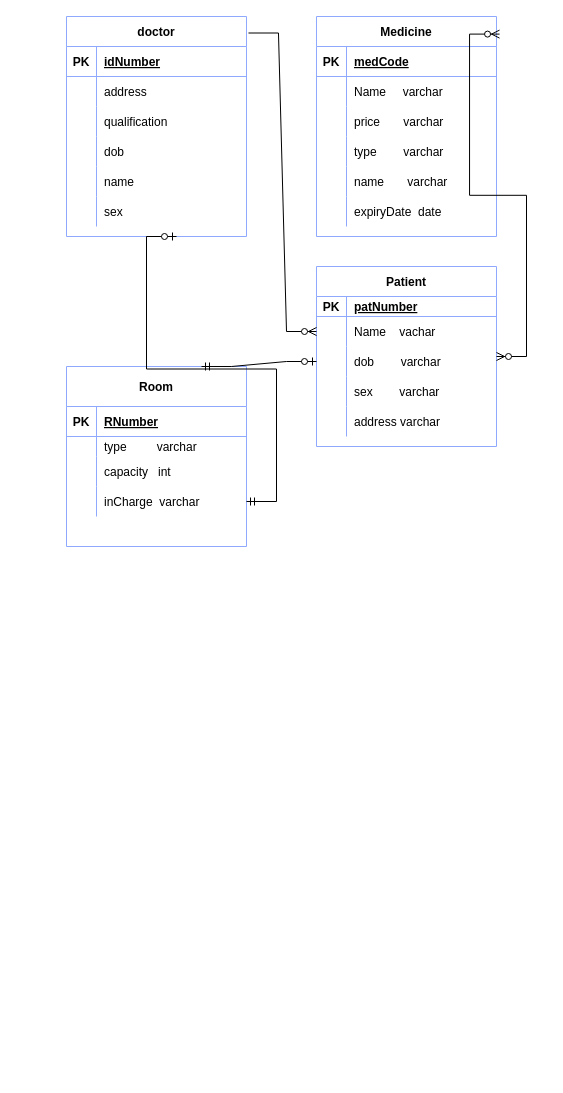
This is Untitled Diagram.drawio from valentindush/ERD_Diagrams_mysql, a draw.io file, before an edit. Source tidied: cells renumbered, new cells numbered last; positions are measured from the earlier drawing's top-left corner, leaving out a move shared by most shapes. Both pictures are drawn from the tidied source at 100%, with x=0, y=0 at pixel (66, 16).
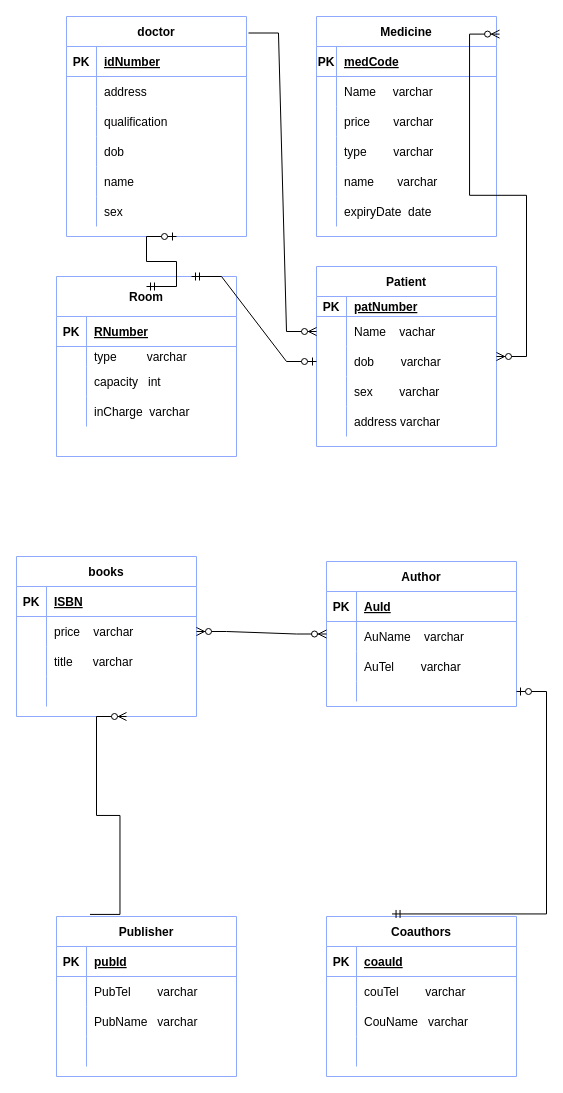
The same diagram, later.

The change refers to these unchanged cells:
```xml
<mxCell id="22" style="shape=tableRow;horizontal=0;startSize=0;swimlaneHead=0;swimlaneBody=0;fillColor=none;top=0;left=0;right=0;bottom=1;strokeColor=#8FA9FF;" parent="21" vertex="1">
  <mxGeometry y="30" width="180" height="30" as="geometry" />
</mxCell>
<mxCell id="25" style="shape=tableRow;horizontal=0;startSize=0;swimlaneHead=0;swimlaneBody=0;fillColor=none;top=0;left=0;right=0;bottom=0;strokeColor=#8FA9FF;" parent="21" vertex="1">
  <mxGeometry y="60" width="180" height="30" as="geometry" />
</mxCell>
<mxCell id="28" style="shape=tableRow;horizontal=0;startSize=0;swimlaneHead=0;swimlaneBody=0;fillColor=none;top=0;left=0;right=0;bottom=0;strokeColor=#8FA9FF;" parent="21" vertex="1">
  <mxGeometry y="90" width="180" height="30" as="geometry" />
</mxCell>
<mxCell id="31" style="shape=tableRow;horizontal=0;startSize=0;swimlaneHead=0;swimlaneBody=0;fillColor=none;top=0;left=0;right=0;bottom=0;strokeColor=#8FA9FF;" parent="21" vertex="1">
  <mxGeometry y="120" width="180" height="30" as="geometry" />
</mxCell>
<mxCell id="34" style="shape=tableRow;horizontal=0;startSize=0;swimlaneHead=0;swimlaneBody=0;fillColor=none;top=0;left=0;right=0;bottom=0;strokeColor=#8FA9FF;" parent="21" vertex="1">
  <mxGeometry y="150" width="180" height="30" as="geometry" />
</mxCell>
<mxCell id="37" style="shape=tableRow;horizontal=0;startSize=0;swimlaneHead=0;swimlaneBody=0;fillColor=none;top=0;left=0;right=0;bottom=0;strokeColor=#8FA9FF;" parent="21" vertex="1">
  <mxGeometry y="180" width="180" height="30" as="geometry" />
</mxCell>
<mxCell id="66" style="shape=tableRow;horizontal=0;startSize=0;swimlaneHead=0;swimlaneBody=0;fillColor=none;points=[[0,0.5],[1,0.5]];portConstraint=eastwest;top=0;left=0;right=0;bottom=0;strokeColor=#8FA9FF;" parent="56" vertex="1">
  <mxGeometry y="120" width="180" height="30" as="geometry" />
</mxCell>
```

Diff of the diagram source:
```diff
@@
     <mxCell id="23" value="PK" style="shape=partialRectangle;fillColor=none;top=0;left=0;bottom=0;right=0;fontStyle=1;overflow=hidden;strokeColor=#8FA9FF;" parent="22" vertex="1">
-      <mxGeometry width="30" height="30" as="geometry" />
+      <mxGeometry width="20" height="30" as="geometry" />
     </mxCell>
     <mxCell id="24" value="medCode" style="shape=partialRectangle;fillColor=none;top=0;left=0;bottom=0;right=0;align=left;spacingLeft=6;fontStyle=5;overflow=hidden;strokeColor=#8FA9FF;" parent="22" vertex="1">
-      <mxGeometry x="30" width="150" height="30" as="geometry" />
+      <mxGeometry x="20" width="160" height="30" as="geometry" />
     </mxCell>
@@
     <mxCell id="26" style="shape=partialRectangle;fillColor=none;top=0;left=0;bottom=0;right=0;overflow=hidden;strokeColor=#8FA9FF;" parent="25" vertex="1">
-      <mxGeometry width="30" height="30" as="geometry" />
+      <mxGeometry width="20" height="30" as="geometry" />
     </mxCell>
     <mxCell id="27" value="Name     varchar" style="shape=partialRectangle;fillColor=none;top=0;left=0;bottom=0;right=0;align=left;spacingLeft=6;overflow=hidden;strokeColor=#8FA9FF;" parent="25" vertex="1">
-      <mxGeometry x="30" width="150" height="30" as="geometry" />
+      <mxGeometry x="20" width="160" height="30" as="geometry" />
     </mxCell>
@@
     <mxCell id="29" style="shape=partialRectangle;fillColor=none;top=0;left=0;bottom=0;right=0;overflow=hidden;strokeColor=#8FA9FF;" parent="28" vertex="1">
-      <mxGeometry width="30" height="30" as="geometry" />
+      <mxGeometry width="20" height="30" as="geometry" />
     </mxCell>
     <mxCell id="30" value="price       varchar" style="shape=partialRectangle;fillColor=none;top=0;left=0;bottom=0;right=0;align=left;spacingLeft=6;overflow=hidden;strokeColor=#8FA9FF;" parent="28" vertex="1">
-      <mxGeometry x="30" width="150" height="30" as="geometry" />
+      <mxGeometry x="20" width="160" height="30" as="geometry" />
     </mxCell>
@@
     <mxCell id="32" style="shape=partialRectangle;fillColor=none;top=0;left=0;bottom=0;right=0;overflow=hidden;strokeColor=#8FA9FF;" parent="31" vertex="1">
-      <mxGeometry width="30" height="30" as="geometry" />
+      <mxGeometry width="20" height="30" as="geometry" />
     </mxCell>
     <mxCell id="33" value="type        varchar" style="shape=partialRectangle;fillColor=none;top=0;left=0;bottom=0;right=0;align=left;spacingLeft=6;overflow=hidden;strokeColor=#8FA9FF;" parent="31" vertex="1">
-      <mxGeometry x="30" width="150" height="30" as="geometry" />
+      <mxGeometry x="20" width="160" height="30" as="geometry" />
     </mxCell>
@@
     <mxCell id="35" style="shape=partialRectangle;fillColor=none;top=0;left=0;bottom=0;right=0;overflow=hidden;strokeColor=#8FA9FF;" parent="34" vertex="1">
-      <mxGeometry width="30" height="30" as="geometry" />
+      <mxGeometry width="20" height="30" as="geometry" />
     </mxCell>
     <mxCell id="36" value="name       varchar" style="shape=partialRectangle;fillColor=none;top=0;left=0;bottom=0;right=0;align=left;spacingLeft=6;overflow=hidden;strokeColor=#8FA9FF;" parent="34" vertex="1">
-      <mxGeometry x="30" width="150" height="30" as="geometry" />
+      <mxGeometry x="20" width="160" height="30" as="geometry" />
     </mxCell>
@@
     <mxCell id="38" style="shape=partialRectangle;fillColor=none;top=0;left=0;bottom=0;right=0;overflow=hidden;strokeColor=#8FA9FF;" parent="37" vertex="1">
-      <mxGeometry width="30" height="30" as="geometry" />
+      <mxGeometry width="20" height="30" as="geometry" />
     </mxCell>
     <mxCell id="39" value="expiryDate  date" style="shape=partialRectangle;fillColor=none;top=0;left=0;bottom=0;right=0;align=left;spacingLeft=6;overflow=hidden;strokeColor=#8FA9FF;" parent="37" vertex="1">
-      <mxGeometry x="30" width="150" height="30" as="geometry" />
+      <mxGeometry x="20" width="160" height="30" as="geometry" />
     </mxCell>
@@
     <mxCell id="56" value="Room" style="shape=table;startSize=40;childLayout=tableLayout;rowLines=0;fontStyle=1;align=center;strokeColor=#8FA9FF;" parent="1" vertex="1">
-      <mxGeometry y="350" width="180" height="180" as="geometry" />
+      <mxGeometry x="-10" y="260" width="180" height="180" as="geometry" />
     </mxCell>
@@
-    <mxCell id="72" style="edgeStyle=entityRelationEdgeStyle;fontSize=12;html=1;endArrow=ERzeroToOne;startArrow=ERmandOne;rounded=0;" parent="1" edge="1" source="66">
+    <mxCell id="72" style="edgeStyle=entityRelationEdgeStyle;fontSize=12;html=1;endArrow=ERzeroToOne;startArrow=ERmandOne;rounded=0;" parent="1" edge="1">
       <mxGeometry relative="1" as="geometry">
+        <mxPoint x="80" y="270" as="sourcePoint" />
         <mxPoint x="110" y="220" as="targetPoint" />
       </mxGeometry>
     </mxCell>
+    <mxCell id="73" value="books" style="shape=table;startSize=30;childLayout=tableLayout;rowLines=0;fontStyle=1;align=center;strokeColor=#8FA9FF;" parent="1" vertex="1">
+      <mxGeometry x="-50" y="540" width="180" height="160" as="geometry" />
+    </mxCell>
+    <mxCell id="74" style="shape=tableRow;horizontal=0;startSize=0;swimlaneHead=0;swimlaneBody=0;fillColor=none;top=0;left=0;right=0;bottom=1;strokeColor=#8FA9FF;" parent="73" vertex="1">
+      <mxGeometry y="30" width="180" height="30" as="geometry" />
+    </mxCell>
+    <mxCell id="75" value="PK" style="shape=partialRectangle;fillColor=none;top=0;left=0;bottom=0;right=0;fontStyle=1;overflow=hidden;strokeColor=#8FA9FF;" parent="74" vertex="1">
+      <mxGeometry width="30" height="30" as="geometry" />
+    </mxCell>
+    <mxCell id="76" value="ISBN" style="shape=partialRectangle;fillColor=none;top=0;left=0;bottom=0;right=0;align=left;spacingLeft=6;fontStyle=5;overflow=hidden;strokeColor=#8FA9FF;" parent="74" vertex="1">
+      <mxGeometry x="30" width="150" height="30" as="geometry" />
+    </mxCell>
+    <mxCell id="77" style="shape=tableRow;horizontal=0;startSize=0;swimlaneHead=0;swimlaneBody=0;fillColor=none;points=[[0,0.5],[1,0.5]];portConstraint=eastwest;top=0;left=0;right=0;bottom=0;strokeColor=#8FA9FF;" parent="73" vertex="1">
+      <mxGeometry y="60" width="180" height="30" as="geometry" />
+    </mxCell>
+    <mxCell id="78" style="shape=partialRectangle;fillColor=none;top=0;left=0;bottom=0;right=0;overflow=hidden;strokeColor=#8FA9FF;" parent="77" vertex="1">
+      <mxGeometry width="30" height="30" as="geometry" />
+    </mxCell>
+    <mxCell id="79" value="price    varchar" style="shape=partialRectangle;fillColor=none;top=0;left=0;bottom=0;right=0;align=left;spacingLeft=6;overflow=hidden;strokeColor=#8FA9FF;" parent="77" vertex="1">
+      <mxGeometry x="30" width="150" height="30" as="geometry" />
+    </mxCell>
+    <mxCell id="80" style="shape=tableRow;horizontal=0;startSize=0;swimlaneHead=0;swimlaneBody=0;fillColor=none;top=0;left=0;right=0;bottom=0;strokeColor=#8FA9FF;" parent="73" vertex="1">
+      <mxGeometry y="90" width="180" height="30" as="geometry" />
+    </mxCell>
+    <mxCell id="81" style="shape=partialRectangle;fillColor=none;top=0;left=0;bottom=0;right=0;overflow=hidden;strokeColor=#8FA9FF;" parent="80" vertex="1">
+      <mxGeometry width="30" height="30" as="geometry" />
+    </mxCell>
+    <mxCell id="82" value="title      varchar" style="shape=partialRectangle;fillColor=none;top=0;left=0;bottom=0;right=0;align=left;spacingLeft=6;overflow=hidden;strokeColor=#8FA9FF;" parent="80" vertex="1">
+      <mxGeometry x="30" width="150" height="30" as="geometry" />
+    </mxCell>
+    <mxCell id="83" style="shape=tableRow;horizontal=0;startSize=0;swimlaneHead=0;swimlaneBody=0;fillColor=none;top=0;left=0;right=0;bottom=0;strokeColor=#8FA9FF;" parent="73" vertex="1">
+      <mxGeometry y="120" width="180" height="30" as="geometry" />
+    </mxCell>
+    <mxCell id="84" style="shape=partialRectangle;fillColor=none;top=0;left=0;bottom=0;right=0;overflow=hidden;strokeColor=#8FA9FF;" parent="83" vertex="1">
+      <mxGeometry width="30" height="30" as="geometry" />
+    </mxCell>
+    <mxCell id="85" style="shape=partialRectangle;fillColor=none;top=0;left=0;bottom=0;right=0;align=left;spacingLeft=6;overflow=hidden;strokeColor=#8FA9FF;" parent="83" vertex="1">
+      <mxGeometry x="30" width="150" height="30" as="geometry" />
+    </mxCell>
+    <mxCell id="86" value="Author" style="shape=table;startSize=30;childLayout=tableLayout;rowLines=0;fontStyle=1;align=center;strokeColor=#8FA9FF;" parent="1" vertex="1">
+      <mxGeometry x="260" y="545" width="190" height="145" as="geometry" />
+    </mxCell>
+    <mxCell id="87" style="shape=tableRow;horizontal=0;startSize=0;swimlaneHead=0;swimlaneBody=0;fillColor=none;top=0;left=0;right=0;bottom=1;strokeColor=#8FA9FF;" parent="86" vertex="1">
+      <mxGeometry y="30" width="190" height="30" as="geometry" />
+    </mxCell>
+    <mxCell id="88" value="PK" style="shape=partialRectangle;fillColor=none;top=0;left=0;bottom=0;right=0;fontStyle=1;overflow=hidden;strokeColor=#8FA9FF;" parent="87" vertex="1">
+      <mxGeometry width="30" height="30" as="geometry" />
+    </mxCell>
+    <mxCell id="89" value="AuId" style="shape=partialRectangle;fillColor=none;top=0;left=0;bottom=0;right=0;align=left;spacingLeft=6;fontStyle=5;overflow=hidden;strokeColor=#8FA9FF;" parent="87" vertex="1">
+      <mxGeometry x="30" width="160" height="30" as="geometry" />
+    </mxCell>
+    <mxCell id="90" style="shape=tableRow;horizontal=0;startSize=0;swimlaneHead=0;swimlaneBody=0;fillColor=none;top=0;left=0;right=0;bottom=0;strokeColor=#8FA9FF;" parent="86" vertex="1">
+      <mxGeometry y="60" width="190" height="30" as="geometry" />
+    </mxCell>
+    <mxCell id="91" style="shape=partialRectangle;fillColor=none;top=0;left=0;bottom=0;right=0;overflow=hidden;strokeColor=#8FA9FF;" parent="90" vertex="1">
+      <mxGeometry width="30" height="30" as="geometry" />
+    </mxCell>
+    <mxCell id="92" value="AuName    varchar" style="shape=partialRectangle;fillColor=none;top=0;left=0;bottom=0;right=0;align=left;spacingLeft=6;overflow=hidden;strokeColor=#8FA9FF;" parent="90" vertex="1">
+      <mxGeometry x="30" width="160" height="30" as="geometry" />
+    </mxCell>
+    <mxCell id="93" style="shape=tableRow;horizontal=0;startSize=0;swimlaneHead=0;swimlaneBody=0;fillColor=none;top=0;left=0;right=0;bottom=0;strokeColor=#8FA9FF;" parent="86" vertex="1">
+      <mxGeometry y="90" width="190" height="30" as="geometry" />
+    </mxCell>
+    <mxCell id="94" style="shape=partialRectangle;fillColor=none;top=0;left=0;bottom=0;right=0;overflow=hidden;strokeColor=#8FA9FF;" parent="93" vertex="1">
+      <mxGeometry width="30" height="30" as="geometry" />
+    </mxCell>
+    <mxCell id="95" value="AuTel        varchar" style="shape=partialRectangle;fillColor=none;top=0;left=0;bottom=0;right=0;align=left;spacingLeft=6;overflow=hidden;strokeColor=#8FA9FF;" parent="93" vertex="1">
+      <mxGeometry x="30" width="160" height="30" as="geometry" />
+    </mxCell>
+    <mxCell id="96" style="shape=tableRow;horizontal=0;startSize=0;swimlaneHead=0;swimlaneBody=0;fillColor=none;points=[[0,0.5],[1,0.5]];portConstraint=eastwest;top=0;left=0;right=0;bottom=0;strokeColor=#8FA9FF;" parent="86" vertex="1">
+      <mxGeometry y="120" width="190" height="20" as="geometry" />
+    </mxCell>
+    <mxCell id="97" style="shape=partialRectangle;fillColor=none;top=0;left=0;bottom=0;right=0;overflow=hidden;strokeColor=#8FA9FF;" parent="96" vertex="1">
+      <mxGeometry width="30" height="20" as="geometry" />
+    </mxCell>
+    <mxCell id="98" style="shape=partialRectangle;fillColor=none;top=0;left=0;bottom=0;right=0;align=left;spacingLeft=6;overflow=hidden;strokeColor=#8FA9FF;" parent="96" vertex="1">
+      <mxGeometry x="30" width="160" height="20" as="geometry" />
+    </mxCell>
+    <mxCell id="99" value="Publisher" style="shape=table;startSize=30;childLayout=tableLayout;rowLines=0;fontStyle=1;align=center;strokeColor=#8FA9FF;" parent="1" vertex="1">
+      <mxGeometry x="-10" y="900" width="180" height="160" as="geometry" />
+    </mxCell>
+    <mxCell id="100" style="shape=tableRow;horizontal=0;startSize=0;swimlaneHead=0;swimlaneBody=0;fillColor=none;top=0;left=0;right=0;bottom=1;strokeColor=#8FA9FF;" parent="99" vertex="1">
+      <mxGeometry y="30" width="180" height="30" as="geometry" />
+    </mxCell>
+    <mxCell id="101" value="PK" style="shape=partialRectangle;fillColor=none;top=0;left=0;bottom=0;right=0;fontStyle=1;overflow=hidden;strokeColor=#8FA9FF;" parent="100" vertex="1">
+      <mxGeometry width="30" height="30" as="geometry" />
+    </mxCell>
+    <mxCell id="102" value="pubId" style="shape=partialRectangle;fillColor=none;top=0;left=0;bottom=0;right=0;align=left;spacingLeft=6;fontStyle=5;overflow=hidden;strokeColor=#8FA9FF;" parent="100" vertex="1">
+      <mxGeometry x="30" width="150" height="30" as="geometry" />
+    </mxCell>
+    <mxCell id="103" style="shape=tableRow;horizontal=0;startSize=0;swimlaneHead=0;swimlaneBody=0;fillColor=none;top=0;left=0;right=0;bottom=0;strokeColor=#8FA9FF;" parent="99" vertex="1">
+      <mxGeometry y="60" width="180" height="30" as="geometry" />
+    </mxCell>
+    <mxCell id="104" style="shape=partialRectangle;fillColor=none;top=0;left=0;bottom=0;right=0;overflow=hidden;strokeColor=#8FA9FF;" parent="103" vertex="1">
+      <mxGeometry width="30" height="30" as="geometry" />
+    </mxCell>
+    <mxCell id="105" value="PubTel        varchar" style="shape=partialRectangle;fillColor=none;top=0;left=0;bottom=0;right=0;align=left;spacingLeft=6;overflow=hidden;strokeColor=#8FA9FF;" parent="103" vertex="1">
+      <mxGeometry x="30" width="150" height="30" as="geometry" />
+    </mxCell>
+    <mxCell id="106" style="shape=tableRow;horizontal=0;startSize=0;swimlaneHead=0;swimlaneBody=0;fillColor=none;top=0;left=0;right=0;bottom=0;strokeColor=#8FA9FF;" parent="99" vertex="1">
+      <mxGeometry y="90" width="180" height="30" as="geometry" />
+    </mxCell>
+    <mxCell id="107" style="shape=partialRectangle;fillColor=none;top=0;left=0;bottom=0;right=0;overflow=hidden;strokeColor=#8FA9FF;" parent="106" vertex="1">
+      <mxGeometry width="30" height="30" as="geometry" />
+    </mxCell>
+    <mxCell id="108" value="PubName   varchar" style="shape=partialRectangle;fillColor=none;top=0;left=0;bottom=0;right=0;align=left;spacingLeft=6;overflow=hidden;strokeColor=#8FA9FF;" parent="106" vertex="1">
+      <mxGeometry x="30" width="150" height="30" as="geometry" />
+    </mxCell>
+    <mxCell id="109" style="shape=tableRow;horizontal=0;startSize=0;swimlaneHead=0;swimlaneBody=0;fillColor=none;top=0;left=0;right=0;bottom=0;strokeColor=#8FA9FF;" parent="99" vertex="1">
+      <mxGeometry y="120" width="180" height="30" as="geometry" />
+    </mxCell>
+    <mxCell id="110" style="shape=partialRectangle;fillColor=none;top=0;left=0;bottom=0;right=0;overflow=hidden;strokeColor=#8FA9FF;" parent="109" vertex="1">
+      <mxGeometry width="30" height="30" as="geometry" />
+    </mxCell>
+    <mxCell id="111" style="shape=partialRectangle;fillColor=none;top=0;left=0;bottom=0;right=0;align=left;spacingLeft=6;overflow=hidden;strokeColor=#8FA9FF;" parent="109" vertex="1">
+      <mxGeometry x="30" width="150" height="30" as="geometry" />
+    </mxCell>
+    <mxCell id="112" value="Coauthors" style="shape=table;startSize=30;childLayout=tableLayout;rowLines=0;fontStyle=1;align=center;strokeColor=#8FA9FF;" parent="1" vertex="1">
+      <mxGeometry x="260" y="900" width="190" height="160" as="geometry" />
+    </mxCell>
+    <mxCell id="113" style="shape=tableRow;horizontal=0;startSize=0;swimlaneHead=0;swimlaneBody=0;fillColor=none;top=0;left=0;right=0;bottom=1;strokeColor=#8FA9FF;" parent="112" vertex="1">
+      <mxGeometry y="30" width="190" height="30" as="geometry" />
+    </mxCell>
+    <mxCell id="114" value="PK" style="shape=partialRectangle;fillColor=none;top=0;left=0;bottom=0;right=0;fontStyle=1;overflow=hidden;strokeColor=#8FA9FF;" parent="113" vertex="1">
+      <mxGeometry width="30" height="30" as="geometry" />
+    </mxCell>
+    <mxCell id="115" value="coauId" style="shape=partialRectangle;fillColor=none;top=0;left=0;bottom=0;right=0;align=left;spacingLeft=6;fontStyle=5;overflow=hidden;strokeColor=#8FA9FF;" parent="113" vertex="1">
+      <mxGeometry x="30" width="160" height="30" as="geometry" />
+    </mxCell>
+    <mxCell id="116" style="shape=tableRow;horizontal=0;startSize=0;swimlaneHead=0;swimlaneBody=0;fillColor=none;top=0;left=0;right=0;bottom=0;strokeColor=#8FA9FF;" parent="112" vertex="1">
+      <mxGeometry y="60" width="190" height="30" as="geometry" />
+    </mxCell>
+    <mxCell id="117" style="shape=partialRectangle;fillColor=none;top=0;left=0;bottom=0;right=0;overflow=hidden;strokeColor=#8FA9FF;" parent="116" vertex="1">
+      <mxGeometry width="30" height="30" as="geometry" />
+    </mxCell>
+    <mxCell id="118" value="couTel        varchar" style="shape=partialRectangle;fillColor=none;top=0;left=0;bottom=0;right=0;align=left;spacingLeft=6;overflow=hidden;strokeColor=#8FA9FF;" parent="116" vertex="1">
+      <mxGeometry x="30" width="160" height="30" as="geometry" />
+    </mxCell>
+    <mxCell id="119" style="shape=tableRow;horizontal=0;startSize=0;swimlaneHead=0;swimlaneBody=0;fillColor=none;top=0;left=0;right=0;bottom=0;strokeColor=#8FA9FF;" parent="112" vertex="1">
+      <mxGeometry y="90" width="190" height="30" as="geometry" />
+    </mxCell>
+    <mxCell id="120" style="shape=partialRectangle;fillColor=none;top=0;left=0;bottom=0;right=0;overflow=hidden;strokeColor=#8FA9FF;" parent="119" vertex="1">
+      <mxGeometry width="30" height="30" as="geometry" />
+    </mxCell>
+    <mxCell id="121" value="CouName   varchar" style="shape=partialRectangle;fillColor=none;top=0;left=0;bottom=0;right=0;align=left;spacingLeft=6;overflow=hidden;strokeColor=#8FA9FF;" parent="119" vertex="1">
+      <mxGeometry x="30" width="160" height="30" as="geometry" />
+    </mxCell>
+    <mxCell id="122" style="shape=tableRow;horizontal=0;startSize=0;swimlaneHead=0;swimlaneBody=0;fillColor=none;top=0;left=0;right=0;bottom=0;strokeColor=#8FA9FF;" parent="112" vertex="1">
+      <mxGeometry y="120" width="190" height="30" as="geometry" />
+    </mxCell>
+    <mxCell id="123" style="shape=partialRectangle;fillColor=none;top=0;left=0;bottom=0;right=0;overflow=hidden;strokeColor=#8FA9FF;" parent="122" vertex="1">
+      <mxGeometry width="30" height="30" as="geometry" />
+    </mxCell>
+    <mxCell id="124" style="shape=partialRectangle;fillColor=none;top=0;left=0;bottom=0;right=0;align=left;spacingLeft=6;overflow=hidden;strokeColor=#8FA9FF;" parent="122" vertex="1">
+      <mxGeometry x="30" width="160" height="30" as="geometry" />
+    </mxCell>
+    <mxCell id="125" style="edgeStyle=entityRelationEdgeStyle;fontSize=12;html=1;endArrow=ERzeroToMany;endFill=1;startArrow=ERzeroToMany;rounded=0;" parent="1" edge="1" source="86" target="77">
+      <mxGeometry relative="1" as="geometry" />
+    </mxCell>
+    <mxCell id="126" style="edgeStyle=entityRelationEdgeStyle;fontSize=12;html=1;endArrow=ERzeroToMany;endFill=1;rounded=0;exitX=0.186;exitY=-0.013;exitDx=0;exitDy=0;exitPerimeter=0;" parent="1" edge="1" source="99">
+      <mxGeometry relative="1" as="geometry">
+        <mxPoint x="60" y="700" as="targetPoint" />
+      </mxGeometry>
+    </mxCell>
+    <mxCell id="127" style="edgeStyle=entityRelationEdgeStyle;fontSize=12;html=1;endArrow=ERzeroToOne;startArrow=ERmandOne;rounded=0;exitX=0.345;exitY=-0.016;exitDx=0;exitDy=0;exitPerimeter=0;" parent="1" edge="1" source="112" target="96">
+      <mxGeometry relative="1" as="geometry" />
+    </mxCell>
```
